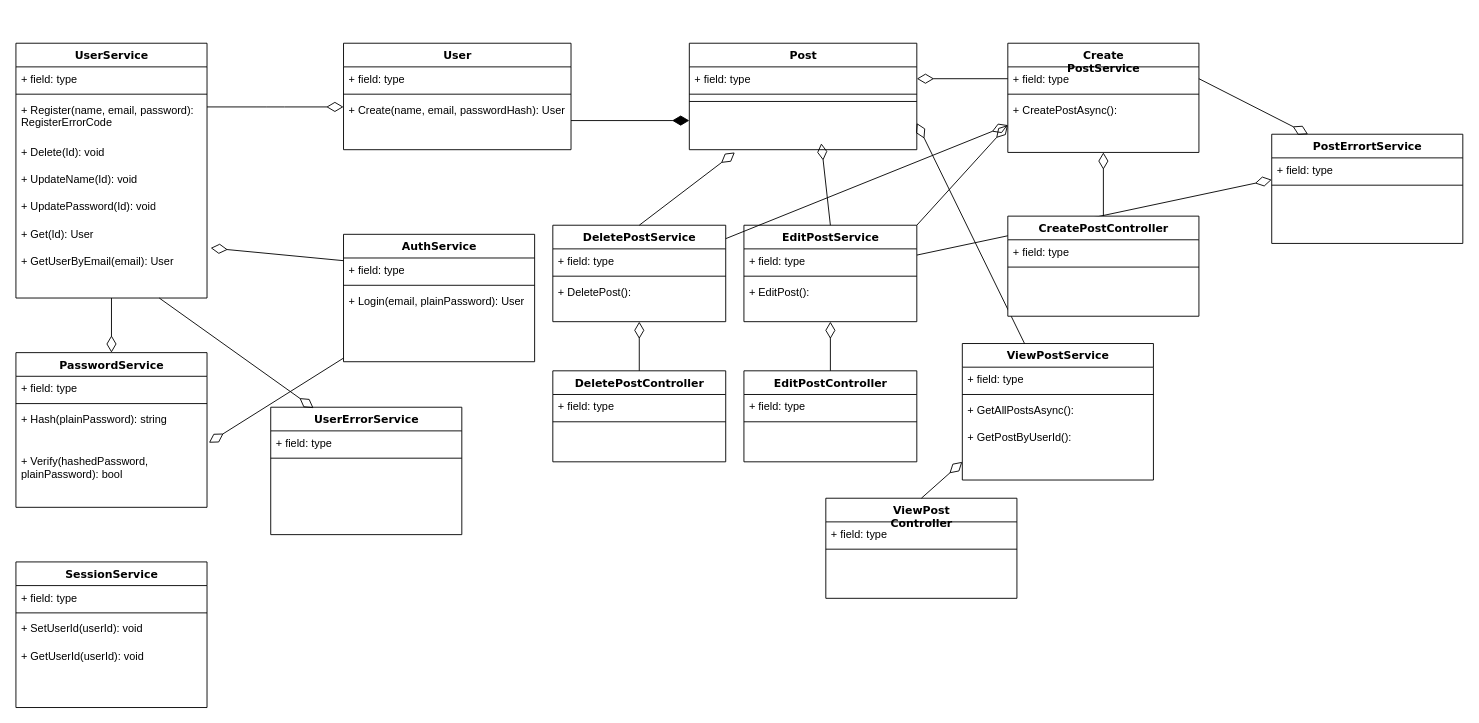
Earlier version of the draw.io diagram App/Documents/ClassDiagram.drawio (KakoFujimoto/MinTwitterApp). Source tidied: cells renumbered, new cells numbered last; positions are measured from the earlier drawing's top-left corner, leaving out a move shared by most shapes. Both pictures are drawn from the tidied source at 91%, with x=0, y=0 at pixel (15, 43).
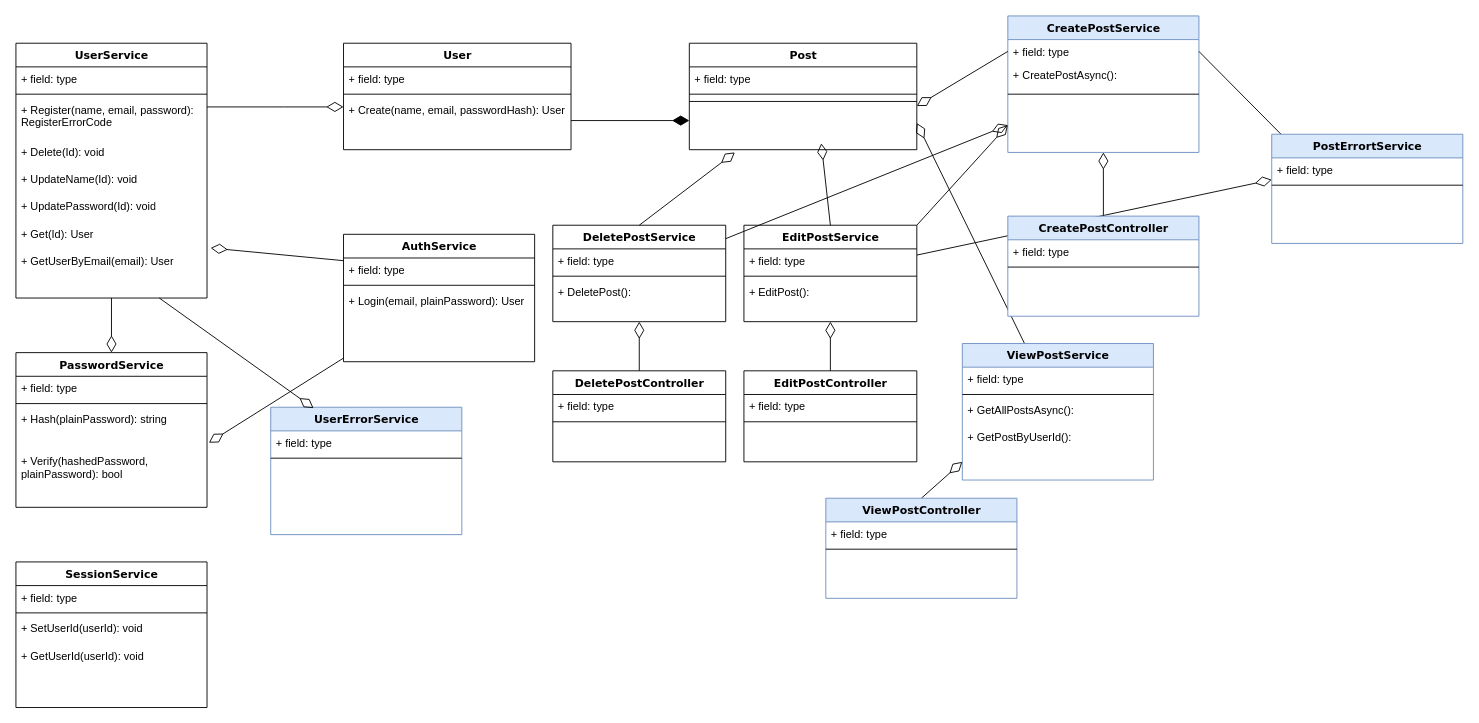
The same diagram, later.

Unchanged cells that the change refers to:
```xml
<mxCell id="35" value="+ field: type" style="text;html=1;strokeColor=none;fillColor=none;align=left;verticalAlign=top;spacingLeft=4;spacingRight=4;whiteSpace=wrap;overflow=hidden;points=[[0,0.5],[1,0.5]];portConstraint=eastwest;" parent="34" vertex="1">
  <mxGeometry y="26" width="250" height="26" as="geometry" />
</mxCell>
<mxCell id="39" value="+ field: type" style="text;html=1;strokeColor=none;fillColor=none;align=left;verticalAlign=top;spacingLeft=4;spacingRight=4;whiteSpace=wrap;overflow=hidden;points=[[0,0.5],[1,0.5]];portConstraint=eastwest;" parent="38" vertex="1">
  <mxGeometry y="26" width="210" height="26" as="geometry" />
</mxCell>
```

Diff of the diagram source:
```diff
@@
-    <mxCell id="38" value="Create&lt;div&gt;PostService&lt;/div&gt;" style="swimlane;html=1;fontStyle=1;align=center;verticalAlign=top;horizontal=1;startSize=26;swimlaneFillColor=#ffffff;rounded=0;shadow=0;comic=0;labelBackgroundColor=none;strokeWidth=1;fillColor=none;fontFamily=Verdana;fontSize=12;" parent="1" vertex="1">
-      <mxGeometry x="1090" width="210" height="120" as="geometry" />
+    <mxCell id="38" value="CreatePostService" style="swimlane;html=1;fontStyle=1;align=center;verticalAlign=top;horizontal=1;startSize=26;swimlaneFillColor=#ffffff;rounded=0;shadow=0;comic=0;labelBackgroundColor=none;strokeWidth=1;fillColor=#dae8fc;fontFamily=Verdana;fontSize=12;strokeColor=#6c8ebf;" parent="1" vertex="1">
+      <mxGeometry x="1090" y="-30" width="210" height="150" as="geometry" />
     </mxCell>
+    <mxCell id="42" style="edgeStyle=none;html=1;exitX=0;exitY=0.5;exitDx=0;exitDy=0;entryX=1;entryY=0.5;entryDx=0;entryDy=0;endArrow=diamondThin;endFill=0;endSize=16;" parent="38" edge="1" source="39">
+      <mxGeometry relative="1" as="geometry">
+        <mxPoint x="-100" y="99" as="targetPoint" />
+      </mxGeometry>
+    </mxCell>
+    <mxCell id="78" style="edgeStyle=none;html=1;exitX=1;exitY=0.5;exitDx=0;exitDy=0;entryX=0.19;entryY=0;entryDx=0;entryDy=0;entryPerimeter=0;endArrow=diamondThin;endFill=0;endSize=16;" parent="38" edge="1" source="39">
+      <mxGeometry relative="1" as="geometry">
+        <mxPoint x="329.9" y="160" as="targetPoint" />
+      </mxGeometry>
+    </mxCell>
@@
+    <mxCell id="41" value="+ CreatePostAsync():" style="text;html=1;strokeColor=none;fillColor=none;align=left;verticalAlign=top;spacingLeft=4;spacingRight=4;whiteSpace=wrap;overflow=hidden;" parent="38" vertex="1">
+      <mxGeometry y="52" width="210" height="30" as="geometry" />
+    </mxCell>
     <mxCell id="40" style="line;html=1;strokeWidth=1;fillColor=none;align=left;verticalAlign=middle;spacingTop=-1;spacingLeft=3;spacingRight=3;labelPosition=right;" parent="38" vertex="1">
-      <mxGeometry y="52" width="210" height="8" as="geometry" />
+      <mxGeometry y="82" width="210" height="8" as="geometry" />
     </mxCell>
-    <mxCell id="41" value="+ CreatePostAsync():" style="text;html=1;strokeColor=none;fillColor=none;align=left;verticalAlign=top;spacingLeft=4;spacingRight=4;whiteSpace=wrap;overflow=hidden;" parent="38" vertex="1">
-      <mxGeometry y="60" width="210" height="30" as="geometry" />
-    </mxCell>
-    <mxCell id="42" style="edgeStyle=none;html=1;exitX=0;exitY=0.5;exitDx=0;exitDy=0;entryX=1;entryY=0.5;entryDx=0;entryDy=0;endArrow=diamondThin;endFill=0;endSize=16;" parent="1" edge="1" source="39" target="35">
-      <mxGeometry relative="1" as="geometry" />
-    </mxCell>
@@
-    <mxCell id="66" value="ViewPostService&lt;div&gt;&lt;br&gt;&lt;/div&gt;" style="swimlane;html=1;fontStyle=1;align=center;verticalAlign=top;horizontal=1;startSize=26;swimlaneFillColor=#ffffff;rounded=0;shadow=0;comic=0;labelBackgroundColor=none;strokeWidth=1;fillColor=none;fontFamily=Verdana;fontSize=12;" parent="1" vertex="1">
+    <mxCell id="66" value="ViewPostService&lt;div&gt;&lt;br&gt;&lt;/div&gt;" style="swimlane;html=1;fontStyle=1;align=center;verticalAlign=top;horizontal=1;startSize=26;swimlaneFillColor=#ffffff;rounded=0;shadow=0;comic=0;labelBackgroundColor=none;strokeWidth=1;fillColor=#dae8fc;fontFamily=Verdana;fontSize=12;strokeColor=#6c8ebf;" parent="1" vertex="1">
       <mxGeometry x="1040" y="330" width="210" height="150" as="geometry" />
     </mxCell>
@@
-    <mxCell id="72" value="ViewPost&lt;div&gt;Controller&lt;/div&gt;" style="swimlane;html=1;fontStyle=1;align=center;verticalAlign=top;horizontal=1;startSize=26;swimlaneFillColor=#ffffff;rounded=0;shadow=0;comic=0;labelBackgroundColor=none;strokeWidth=1;fillColor=none;fontFamily=Verdana;fontSize=12;" parent="1" vertex="1">
+    <mxCell id="72" value="ViewPostController" style="swimlane;html=1;fontStyle=1;align=center;verticalAlign=top;horizontal=1;startSize=26;swimlaneFillColor=#ffffff;rounded=0;shadow=0;comic=0;labelBackgroundColor=none;strokeWidth=1;fillColor=#dae8fc;fontFamily=Verdana;fontSize=12;strokeColor=#6c8ebf;" parent="1" vertex="1">
       <mxGeometry x="890" y="500" width="210" height="110" as="geometry" />
     </mxCell>
@@
-    <mxCell id="75" value="&lt;div&gt;PostErrortService&lt;/div&gt;" style="swimlane;html=1;fontStyle=1;align=center;verticalAlign=top;horizontal=1;startSize=26;swimlaneFillColor=#ffffff;rounded=0;shadow=0;comic=0;labelBackgroundColor=none;strokeWidth=1;fillColor=none;fontFamily=Verdana;fontSize=12;" parent="1" vertex="1">
+    <mxCell id="75" value="&lt;div&gt;PostErrortService&lt;/div&gt;" style="swimlane;html=1;fontStyle=1;align=center;verticalAlign=top;horizontal=1;startSize=26;swimlaneFillColor=#ffffff;rounded=0;shadow=0;comic=0;labelBackgroundColor=none;strokeWidth=1;fillColor=#dae8fc;fontFamily=Verdana;fontSize=12;strokeColor=#6c8ebf;" parent="1" vertex="1">
       <mxGeometry x="1380" y="100" width="210" height="120" as="geometry" />
     </mxCell>
@@
-    <mxCell id="78" style="edgeStyle=none;html=1;exitX=1;exitY=0.5;exitDx=0;exitDy=0;entryX=0.19;entryY=0;entryDx=0;entryDy=0;entryPerimeter=0;endArrow=diamondThin;endFill=0;endSize=16;" parent="1" edge="1" source="39" target="75">
-      <mxGeometry relative="1" as="geometry" />
-    </mxCell>
-    <mxCell id="79" value="CreatePostController" style="swimlane;html=1;fontStyle=1;align=center;verticalAlign=top;horizontal=1;startSize=26;swimlaneFillColor=#ffffff;rounded=0;shadow=0;comic=0;labelBackgroundColor=none;strokeWidth=1;fontFamily=Verdana;fontSize=12;" parent="1" vertex="1">
+    <mxCell id="79" value="CreatePostController" style="swimlane;html=1;fontStyle=1;align=center;verticalAlign=top;horizontal=1;startSize=26;swimlaneFillColor=#ffffff;rounded=0;shadow=0;comic=0;labelBackgroundColor=none;strokeWidth=1;fontFamily=Verdana;fontSize=12;fillColor=#dae8fc;strokeColor=#6c8ebf;" parent="1" vertex="1">
       <mxGeometry x="1090" y="190" width="210" height="110" as="geometry" />
     </mxCell>
@@
-    <mxCell id="82" value="UserErrorService" style="swimlane;html=1;fontStyle=1;align=center;verticalAlign=top;horizontal=1;startSize=26;swimlaneFillColor=#ffffff;rounded=0;shadow=0;comic=0;labelBackgroundColor=none;strokeWidth=1;fillColor=none;fontFamily=Verdana;fontSize=12;" parent="1" vertex="1">
+    <mxCell id="82" value="UserErrorService" style="swimlane;html=1;fontStyle=1;align=center;verticalAlign=top;horizontal=1;startSize=26;swimlaneFillColor=#ffffff;rounded=0;shadow=0;comic=0;labelBackgroundColor=none;strokeWidth=1;fillColor=#dae8fc;fontFamily=Verdana;fontSize=12;strokeColor=#6c8ebf;" parent="1" vertex="1">
       <mxGeometry x="280" y="400" width="210" height="140" as="geometry" />
     </mxCell>
```
